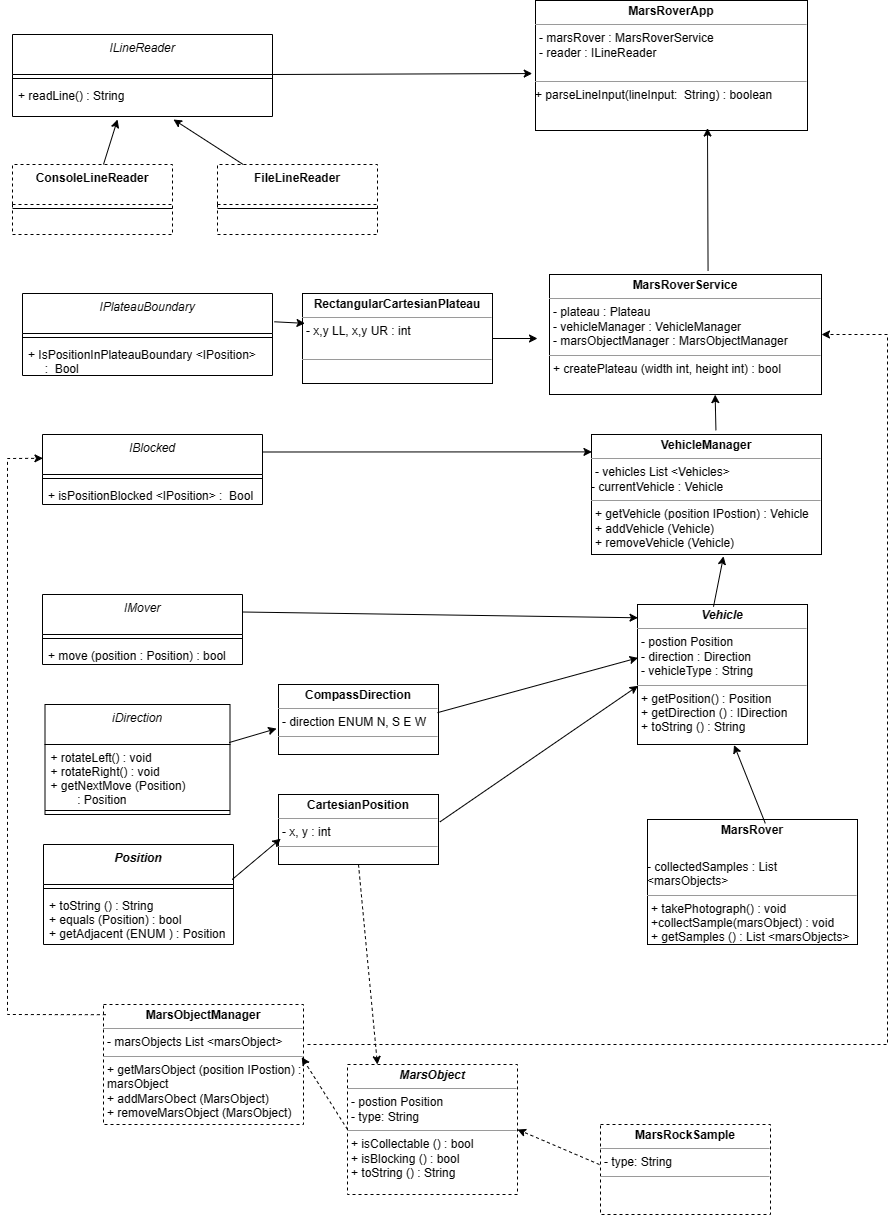
Above: Docs/Mars Rover V2 UML.png in adeyatz/melody-mars-rover-app (draw.io), before the change. Source tidied: cells renumbered, new cells last; positions are measured from the earlier drawing's top-left corner, leaving out a move shared by most shapes.
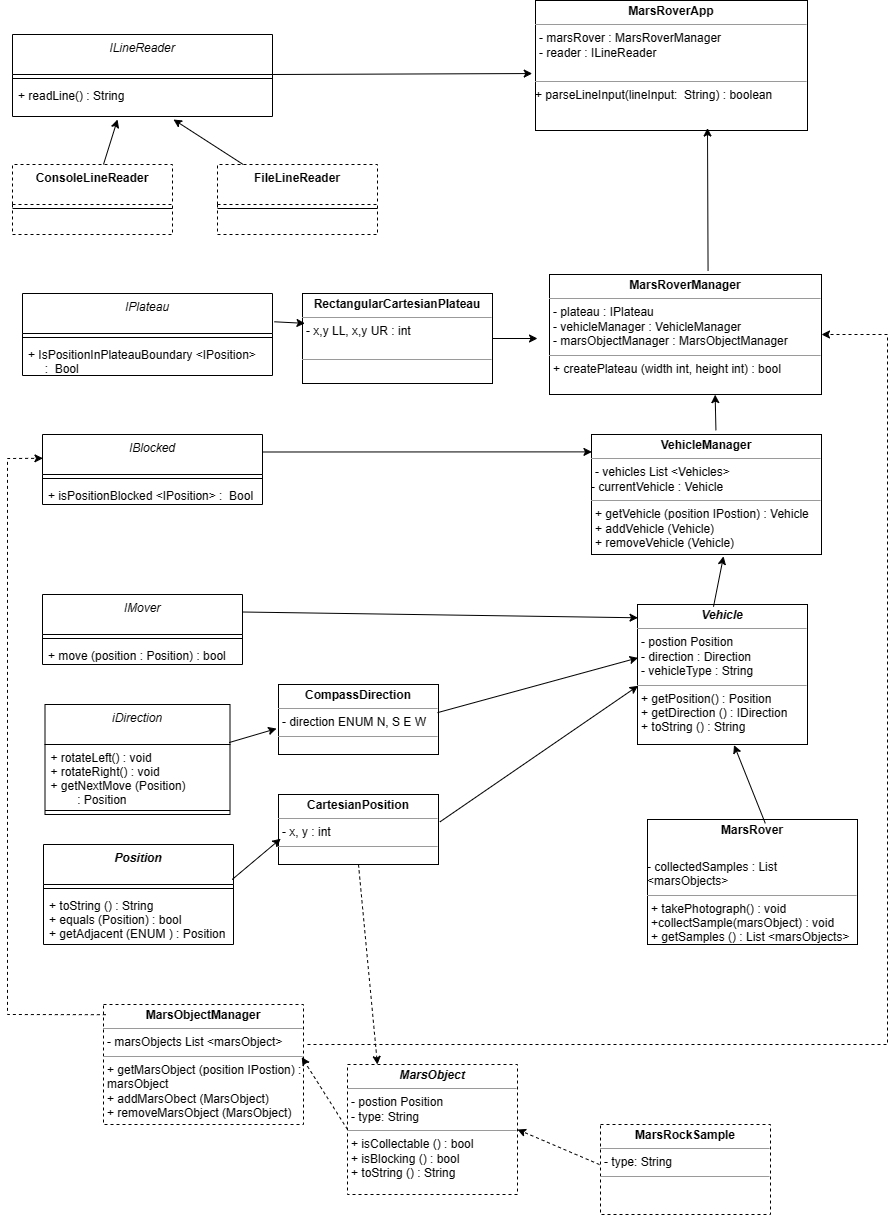
The same file after the commit.

Commit message:
MarsRover: First test for move() method FAILS

The edit, as a diff of the source:
```diff
@@ -2,7 +2,7 @@
   <root>
     <mxCell id="0" />
     <mxCell id="1" parent="0" />
-    <mxCell id="2" value="IPlateauBoundary" style="swimlane;fontStyle=2;align=center;verticalAlign=top;horizontal=1;startSize=40;rounded=0;shadow=0;strokeWidth=1;" parent="1" vertex="1">
+    <mxCell id="2" value="IPlateau" style="swimlane;fontStyle=2;align=center;verticalAlign=top;horizontal=1;startSize=40;rounded=0;shadow=0;strokeWidth=1;" parent="1" vertex="1">
       <mxGeometry x="15" y="293" width="250" height="82" as="geometry" />
     </mxCell>
     <mxCell id="3" style="line;html=1;strokeWidth=1;align=left;verticalAlign=middle;spacingTop=-1;spacingLeft=3;spacingRight=3;labelPosition=right;" parent="2" vertex="1">
@@ -44,13 +44,13 @@
     <mxCell id="15" value="&lt;p style=&quot;margin:0px;margin-top:4px;text-align:center;&quot;&gt;&lt;b&gt;&lt;i&gt;Vehicle&lt;/i&gt;&lt;/b&gt;&lt;/p&gt;&lt;hr size=&quot;1&quot;&gt;&lt;p style=&quot;margin:0px;margin-left:4px;&quot;&gt;- postion Position&lt;/p&gt;&lt;p style=&quot;margin:0px;margin-left:4px;&quot;&gt;- direction : Direction&lt;/p&gt;&lt;p style=&quot;margin:0px;margin-left:4px;&quot;&gt;- vehicleType : String&lt;/p&gt;&lt;hr size=&quot;1&quot;&gt;&lt;p style=&quot;margin:0px;margin-left:4px;&quot;&gt;+ getPosition() : Position&lt;/p&gt;&lt;p style=&quot;margin:0px;margin-left:4px;&quot;&gt;+ getDirection () : IDirection&lt;/p&gt;&lt;p style=&quot;margin:0px;margin-left:4px;&quot;&gt;+ toString () : String&lt;/p&gt;" style="verticalAlign=top;align=left;overflow=fill;fontSize=12;fontFamily=Helvetica;html=1;whiteSpace=wrap;" parent="1" vertex="1">
       <mxGeometry x="630" y="604" width="170" height="140" as="geometry" />
     </mxCell>
-    <mxCell id="16" value="&lt;p style=&quot;margin:0px;margin-top:4px;text-align:center;&quot;&gt;&lt;b&gt;MarsRoverService&lt;/b&gt;&lt;/p&gt;&lt;hr size=&quot;1&quot;&gt;&lt;p style=&quot;margin:0px;margin-left:4px;&quot;&gt;- plateau : Plateau&lt;/p&gt;&lt;p style=&quot;margin:0px;margin-left:4px;&quot;&gt;- vehicleManager : VehicleManager&lt;br&gt;&lt;/p&gt;&lt;p style=&quot;margin:0px;margin-left:4px;&quot;&gt;- marsObjectManager : MarsObjectManager&lt;/p&gt;&lt;hr size=&quot;1&quot;&gt;&lt;p style=&quot;margin:0px;margin-left:4px;&quot;&gt;+ createPlateau (width int, height int) : bool&lt;/p&gt;&lt;p style=&quot;margin:0px;margin-left:4px;&quot;&gt;&lt;br&gt;&lt;/p&gt;" style="verticalAlign=top;align=left;overflow=fill;fontSize=12;fontFamily=Helvetica;html=1;whiteSpace=wrap;" parent="1" vertex="1">
+    <mxCell id="16" value="&lt;p style=&quot;margin:0px;margin-top:4px;text-align:center;&quot;&gt;&lt;b&gt;MarsRoverManager&lt;/b&gt;&lt;/p&gt;&lt;hr size=&quot;1&quot;&gt;&lt;p style=&quot;margin:0px;margin-left:4px;&quot;&gt;- plateau : IPlateau&lt;/p&gt;&lt;p style=&quot;margin:0px;margin-left:4px;&quot;&gt;- vehicleManager : VehicleManager&lt;br&gt;&lt;/p&gt;&lt;p style=&quot;margin:0px;margin-left:4px;&quot;&gt;- marsObjectManager : MarsObjectManager&lt;/p&gt;&lt;hr size=&quot;1&quot;&gt;&lt;p style=&quot;margin:0px;margin-left:4px;&quot;&gt;+ createPlateau (width int, height int) : bool&lt;/p&gt;&lt;p style=&quot;margin:0px;margin-left:4px;&quot;&gt;&lt;br&gt;&lt;/p&gt;" style="verticalAlign=top;align=left;overflow=fill;fontSize=12;fontFamily=Helvetica;html=1;whiteSpace=wrap;" parent="1" vertex="1">
       <mxGeometry x="542" y="274" width="272" height="120" as="geometry" />
     </mxCell>
     <mxCell id="17" style="endArrow=classic;html=1;rounded=0;exitX=0.541;exitY=-0.035;exitDx=0;exitDy=0;exitPerimeter=0;entryX=0.609;entryY=1.001;entryDx=0;entryDy=0;entryPerimeter=0;" parent="1" edge="1" source="14" target="16">
       <mxGeometry relative="1" as="geometry" />
     </mxCell>
-    <mxCell id="18" value="&lt;p style=&quot;margin:0px;margin-top:4px;text-align:center;&quot;&gt;&lt;b&gt;MarsRoverApp&lt;/b&gt;&lt;/p&gt;&lt;hr size=&quot;1&quot;&gt;&lt;p style=&quot;margin:0px;margin-left:4px;&quot;&gt;&lt;span style=&quot;background-color: initial;&quot;&gt;- marsRover : MarsRoverService&lt;/span&gt;&lt;br&gt;&lt;/p&gt;&lt;p style=&quot;margin:0px;margin-left:4px;&quot;&gt;&lt;span style=&quot;background-color: initial;&quot;&gt;- reader : ILineReader&lt;/span&gt;&lt;/p&gt;&lt;p style=&quot;margin:0px;margin-left:4px;&quot;&gt;&lt;br&gt;&lt;/p&gt;&lt;hr size=&quot;1&quot;&gt;+ parseLineInput(lineInput:&amp;nbsp; String) : boolean&lt;p style=&quot;margin:0px;margin-left:4px;&quot;&gt;&lt;br&gt;&lt;/p&gt;" style="verticalAlign=top;align=left;overflow=fill;fontSize=12;fontFamily=Helvetica;html=1;whiteSpace=wrap;" parent="1" vertex="1">
+    <mxCell id="18" value="&lt;p style=&quot;margin:0px;margin-top:4px;text-align:center;&quot;&gt;&lt;b&gt;MarsRoverApp&lt;/b&gt;&lt;/p&gt;&lt;hr size=&quot;1&quot;&gt;&lt;p style=&quot;margin:0px;margin-left:4px;&quot;&gt;&lt;span style=&quot;background-color: initial;&quot;&gt;- marsRover : MarsRoverManager&lt;/span&gt;&lt;br&gt;&lt;/p&gt;&lt;p style=&quot;margin:0px;margin-left:4px;&quot;&gt;&lt;span style=&quot;background-color: initial;&quot;&gt;- reader : ILineReader&lt;/span&gt;&lt;/p&gt;&lt;p style=&quot;margin:0px;margin-left:4px;&quot;&gt;&lt;br&gt;&lt;/p&gt;&lt;hr size=&quot;1&quot;&gt;+ parseLineInput(lineInput:&amp;nbsp; String) : boolean&lt;p style=&quot;margin:0px;margin-left:4px;&quot;&gt;&lt;br&gt;&lt;/p&gt;" style="verticalAlign=top;align=left;overflow=fill;fontSize=12;fontFamily=Helvetica;html=1;whiteSpace=wrap;" parent="1" vertex="1">
       <mxGeometry x="528" width="272" height="130" as="geometry" />
     </mxCell>
     <mxCell id="19" style="endArrow=classic;html=1;rounded=0;entryX=0.531;entryY=1.008;entryDx=0;entryDy=0;exitX=0.522;exitY=0;exitDx=0;exitDy=0;entryPerimeter=0;exitPerimeter=0;" parent="1" edge="1">
```
